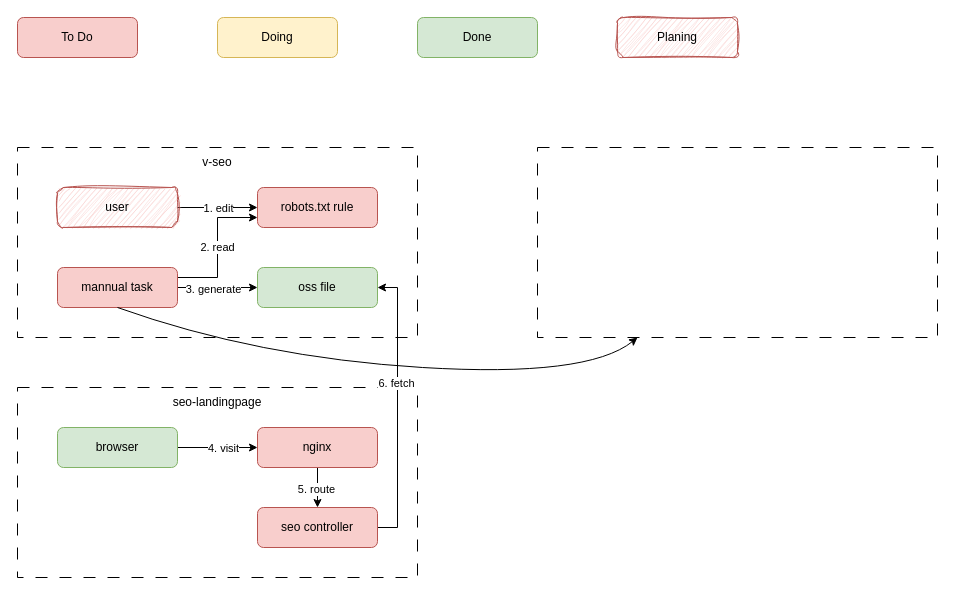
Before: drawio/robotstxt.drawio in VisableHarry/seo-drawio, a draw.io diagram. Source tidied: cells renumbered, new cells numbered last; positions are measured from the earlier drawing's top-left corner, leaving out a move shared by most shapes. Both pictures are drawn from the tidied source at 100%, with x=0, y=0 at pixel (17, 17).
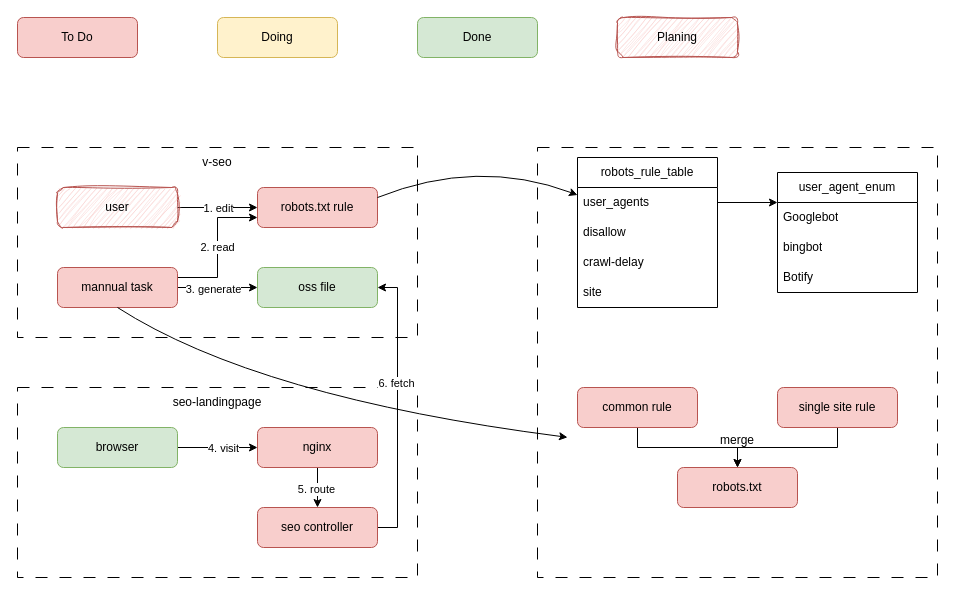
The same page after the edit.

The change refers to these unchanged cells:
```xml
<mxCell id="8" value="mannual task" style="rounded=1;whiteSpace=wrap;html=1;fillColor=#f8cecc;strokeColor=#b85450;" parent="1" vertex="1">
  <mxGeometry x="40" y="250" width="120" height="40" as="geometry" />
</mxCell>
<mxCell id="9" value="robots.txt rule" style="rounded=1;whiteSpace=wrap;html=1;fillColor=#f8cecc;strokeColor=#b85450;" parent="1" vertex="1">
  <mxGeometry x="240" y="170" width="120" height="40" as="geometry" />
</mxCell>
```

The edit, as a diff of the source:
```diff
@@
+    <mxCell id="29" style="rounded=0;whiteSpace=wrap;html=1;fillColor=none;dashed=1;dashPattern=12 12;" parent="1" vertex="1">
+      <mxGeometry x="520" y="130" width="400" height="430" as="geometry" />
+    </mxCell>
@@
-    <mxCell id="29" style="rounded=0;whiteSpace=wrap;html=1;fillColor=none;dashed=1;dashPattern=12 12;" parent="1" vertex="1">
-      <mxGeometry x="520" y="130" width="400" height="190" as="geometry" />
-    </mxCell>
-    <mxCell id="30" style="curved=1;endArrow=classic;html=1;rounded=0;exitX=0.5;exitY=1;exitDx=0;exitDy=0;entryX=0.25;entryY=1;entryDx=0;entryDy=0;" parent="1" edge="1" source="8" target="29">
+    <mxCell id="30" style="curved=1;endArrow=classic;html=1;rounded=0;exitX=0.5;exitY=1;exitDx=0;exitDy=0;entryX=0.075;entryY=0.674;entryDx=0;entryDy=0;entryPerimeter=0;" parent="1" edge="1" source="8" target="29">
       <mxGeometry relative="1" as="geometry">
         <Array as="points">
-          <mxPoint x="240" y="340" />
-          <mxPoint x="570" y="360" />
+          <mxPoint x="240" y="380" />
         </Array>
       </mxGeometry>
     </mxCell>
+    <mxCell id="31" value="robots_rule_table" style="swimlane;fontStyle=0;horizontal=1;startSize=30;whiteSpace=wrap;html=1;" parent="1" vertex="1">
+      <mxGeometry x="560" y="140" width="140" height="150" as="geometry" />
+    </mxCell>
+    <mxCell id="32" value="user_agents" style="text;strokeColor=none;fillColor=none;align=left;verticalAlign=middle;spacingLeft=4;spacingRight=4;overflow=hidden;points=[[0,0.5],[1,0.5]];portConstraint=eastwest;whiteSpace=wrap;html=1;" parent="31" vertex="1">
+      <mxGeometry y="30" width="140" height="30" as="geometry" />
+    </mxCell>
+    <mxCell id="33" value="disallow" style="text;strokeColor=none;fillColor=none;align=left;verticalAlign=middle;spacingLeft=4;spacingRight=4;overflow=hidden;whiteSpace=wrap;html=1;" parent="31" vertex="1">
+      <mxGeometry y="60" width="140" height="30" as="geometry" />
+    </mxCell>
+    <mxCell id="34" value="crawl-delay" style="text;strokeColor=none;fillColor=none;align=left;verticalAlign=middle;spacingLeft=4;spacingRight=4;overflow=hidden;whiteSpace=wrap;html=1;" parent="31" vertex="1">
+      <mxGeometry y="90" width="140" height="30" as="geometry" />
+    </mxCell>
+    <mxCell id="35" value="site" style="text;strokeColor=none;fillColor=none;align=left;verticalAlign=middle;spacingLeft=4;spacingRight=4;overflow=hidden;whiteSpace=wrap;html=1;" parent="31" vertex="1">
+      <mxGeometry y="120" width="140" height="30" as="geometry" />
+    </mxCell>
+    <mxCell id="36" style="edgeStyle=orthogonalEdgeStyle;rounded=0;jettySize=auto;html=1;exitX=0.5;exitY=1;exitDx=0;exitDy=0;entryX=0.5;entryY=0;entryDx=0;entryDy=0;" parent="1" edge="1" source="37" target="41">
+      <mxGeometry relative="1" as="geometry" />
+    </mxCell>
+    <mxCell id="37" value="common rule" style="rounded=1;whiteSpace=wrap;html=1;fillColor=#f8cecc;strokeColor=#b85450;" parent="1" vertex="1">
+      <mxGeometry x="560" y="370" width="120" height="40" as="geometry" />
+    </mxCell>
+    <mxCell id="38" style="edgeStyle=orthogonalEdgeStyle;rounded=0;jettySize=auto;html=1;exitX=0.5;exitY=1;exitDx=0;exitDy=0;entryX=0.5;entryY=0;entryDx=0;entryDy=0;" parent="1" edge="1" source="39" target="41">
+      <mxGeometry relative="1" as="geometry" />
+    </mxCell>
+    <mxCell id="39" value="single site rule" style="rounded=1;whiteSpace=wrap;html=1;fillColor=#f8cecc;strokeColor=#b85450;" parent="1" vertex="1">
+      <mxGeometry x="760" y="370" width="120" height="40" as="geometry" />
+    </mxCell>
+    <mxCell id="40" style="curved=1;endArrow=classic;html=1;rounded=0;exitX=1;exitY=0.25;exitDx=0;exitDy=0;entryX=0;entryY=0.25;entryDx=0;entryDy=0;" parent="1" edge="1" source="9" target="31">
+      <mxGeometry relative="1" as="geometry">
+        <Array as="points">
+          <mxPoint x="460" y="140" />
+        </Array>
+      </mxGeometry>
+    </mxCell>
+    <mxCell id="41" value="robots.txt" style="rounded=1;whiteSpace=wrap;html=1;fillColor=#f8cecc;strokeColor=#b85450;" parent="1" vertex="1">
+      <mxGeometry x="660" y="450" width="120" height="40" as="geometry" />
+    </mxCell>
+    <mxCell id="42" value="user_agent_enum" style="swimlane;fontStyle=0;horizontal=1;startSize=30;whiteSpace=wrap;html=1;" parent="1" vertex="1">
+      <mxGeometry x="760" y="155" width="140" height="120" as="geometry" />
+    </mxCell>
+    <mxCell id="43" value="Googlebot" style="text;strokeColor=none;fillColor=none;align=left;verticalAlign=middle;spacingLeft=4;spacingRight=4;overflow=hidden;whiteSpace=wrap;html=1;" parent="42" vertex="1">
+      <mxGeometry y="30" width="140" height="30" as="geometry" />
+    </mxCell>
+    <mxCell id="44" value="bingbot" style="text;strokeColor=none;fillColor=none;align=left;verticalAlign=middle;spacingLeft=4;spacingRight=4;overflow=hidden;whiteSpace=wrap;html=1;" parent="42" vertex="1">
+      <mxGeometry y="60" width="140" height="30" as="geometry" />
+    </mxCell>
+    <mxCell id="45" value="Botify" style="text;strokeColor=none;fillColor=none;align=left;verticalAlign=middle;spacingLeft=4;spacingRight=4;overflow=hidden;whiteSpace=wrap;html=1;" parent="42" vertex="1">
+      <mxGeometry y="90" width="140" height="30" as="geometry" />
+    </mxCell>
+    <mxCell id="46" value="merge" style="text;html=1;align=center;verticalAlign=middle;whiteSpace=wrap;rounded=0;" parent="1" vertex="1">
+      <mxGeometry x="690" y="408" width="60" height="30" as="geometry" />
+    </mxCell>
+    <mxCell id="47" style="edgeStyle=orthogonalEdgeStyle;rounded=0;jettySize=auto;html=1;exitX=1;exitY=0.5;exitDx=0;exitDy=0;entryX=0;entryY=0.25;entryDx=0;entryDy=0;" parent="1" edge="1" source="32" target="42">
+      <mxGeometry relative="1" as="geometry" />
+    </mxCell>
```
